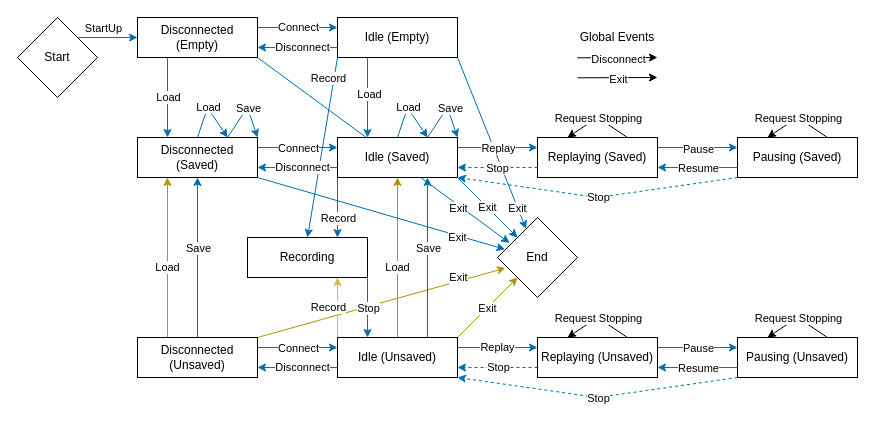
The draw.io diagram Design/States.drawio in nguyenquyhy/Flight-Recorder, before the edit. Source tidied: cells renumbered, new cells numbered last; positions are measured from the earlier drawing's top-left corner, leaving out a move shared by most shapes. Both pictures are drawn from the tidied source at 100%, with x=0, y=0 at pixel (17, 17).
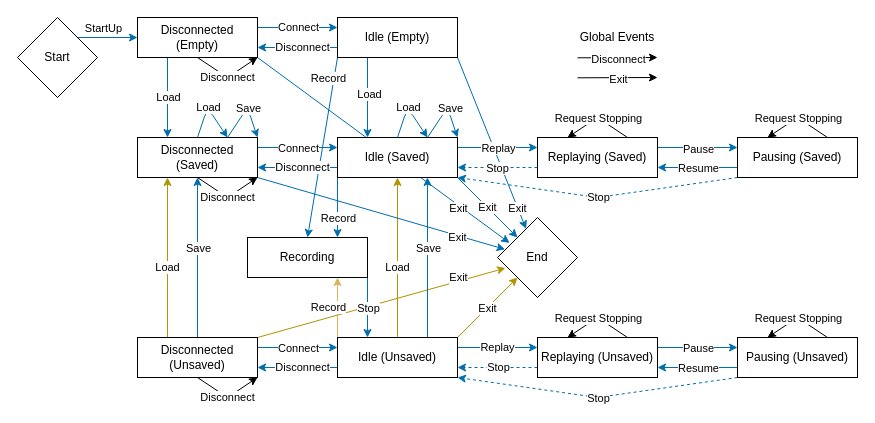
The same page after the edit.

Commit message (it also covers changes not shown here):
Allow Disconnect to be no-op when you are already in Disconnected state

Unchanged cells that the change refers to:
```xml
<mxCell id="81" value="Disconnected (Saved)" style="rounded=0;whiteSpace=wrap;html=1;" parent="1" vertex="1">
  <mxGeometry x="120" y="120" width="120" height="40" as="geometry" />
</mxCell>
<mxCell id="85" value="Disconnected (Empty)" style="rounded=0;whiteSpace=wrap;html=1;" parent="1" vertex="1">
  <mxGeometry x="120" width="120" height="40" as="geometry" />
</mxCell>
<mxCell id="88" value="Disconnected (Unsaved)" style="rounded=0;whiteSpace=wrap;html=1;" parent="1" vertex="1">
  <mxGeometry x="120" y="320" width="120" height="40" as="geometry" />
</mxCell>
```

Diff of the diagram source:
```diff
@@
+    <mxCell id="102" style="endArrow=classic;html=1;exitX=0.5;exitY=1;exitDx=0;exitDy=0;entryX=1;entryY=1;entryDx=0;entryDy=0;" parent="1" edge="1" source="85" target="85">
+      <mxGeometry relative="1" as="geometry">
+        <Array as="points">
+          <mxPoint x="210" y="60" />
+        </Array>
+      </mxGeometry>
+    </mxCell>
+    <mxCell id="103" value="Disconnect" style="edgeLabel;html=1;align=center;verticalAlign=middle;" parent="102" vertex="1">
+      <mxGeometry x="-0.28" y="1" relative="1" as="geometry">
+        <mxPoint x="7.6" y="6.3" as="offset" />
+      </mxGeometry>
+    </mxCell>
+    <mxCell id="104" style="endArrow=classic;html=1;entryX=1;entryY=1;entryDx=0;entryDy=0;exitX=0.5;exitY=1;exitDx=0;exitDy=0;" parent="1" edge="1" source="81" target="81">
+      <mxGeometry relative="1" as="geometry">
+        <Array as="points">
+          <mxPoint x="210" y="180" />
+        </Array>
+      </mxGeometry>
+    </mxCell>
+    <mxCell id="105" value="Disconnect" style="edgeLabel;html=1;align=center;verticalAlign=middle;" parent="104" vertex="1">
+      <mxGeometry x="-0.28" y="1" relative="1" as="geometry">
+        <mxPoint x="7.6" y="6.3" as="offset" />
+      </mxGeometry>
+    </mxCell>
+    <mxCell id="106" style="endArrow=classic;html=1;exitX=0.5;exitY=1;exitDx=0;exitDy=0;entryX=1;entryY=1;entryDx=0;entryDy=0;" parent="1" edge="1" source="88" target="88">
+      <mxGeometry relative="1" as="geometry">
+        <Array as="points">
+          <mxPoint x="210" y="380" />
+        </Array>
+      </mxGeometry>
+    </mxCell>
+    <mxCell id="107" value="Disconnect" style="edgeLabel;html=1;align=center;verticalAlign=middle;" parent="106" vertex="1">
+      <mxGeometry x="-0.28" y="1" relative="1" as="geometry">
+        <mxPoint x="7.6" y="6.3" as="offset" />
+      </mxGeometry>
+    </mxCell>
```
